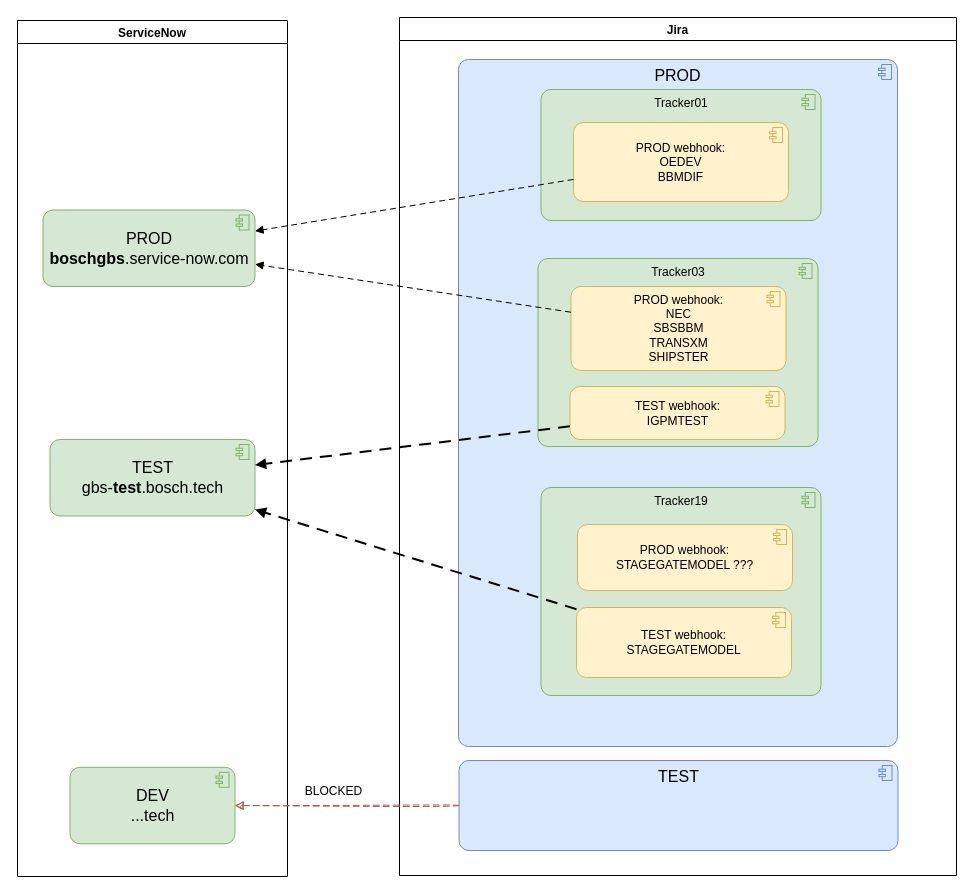
Earlier version of the draw.io diagram page "PRODWebHooks" (5 of 19) of Bosch.drawio (algimas/tmp). Source tidied: cells renumbered, new cells numbered last; positions are measured from the earlier drawing's top-left corner, leaving out a move shared by most shapes. Both pictures are drawn from the tidied source at 100%, with x=0, y=0 at pixel (17, 17).
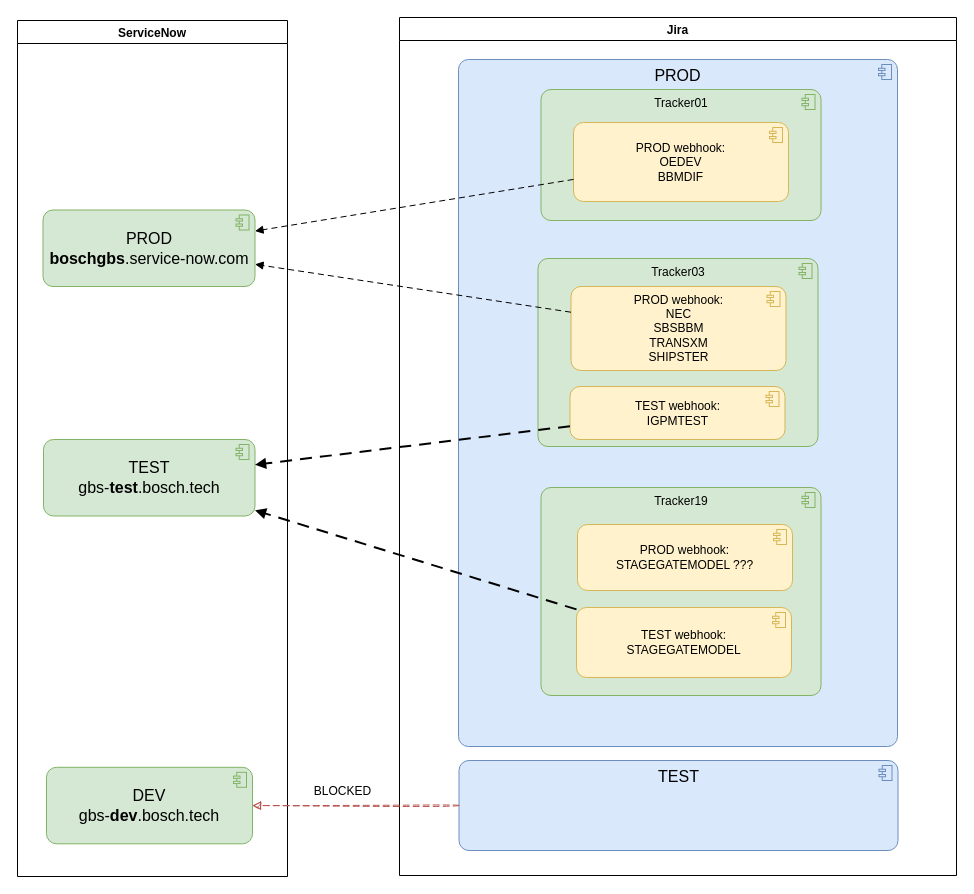
The same diagram, later.

Unchanged cells that the change refers to:
```xml
<mxCell id="2" value="ServiceNow" style="swimlane;" parent="1" vertex="1">
  <mxGeometry y="3" width="270" height="856" as="geometry" />
</mxCell>
```

The edit, as a diff of the source:
```diff
@@
     <mxCell id="4" value="TEST&lt;div&gt;gbs-&lt;b&gt;test&lt;/b&gt;.bosch.tech&lt;/div&gt;" style="html=1;outlineConnect=0;whiteSpace=wrap;fillColor=#d5e8d4;shape=mxgraph.archimate3.application;appType=comp;archiType=rounded;strokeColor=#82b366;verticalAlign=middle;fontStyle=0;fontSize=16;" parent="2" vertex="1">
-      <mxGeometry x="32.5" y="419" width="205" height="76.5" as="geometry" />
+      <mxGeometry x="26" y="419" width="211.5" height="76.5" as="geometry" />
     </mxCell>
-    <mxCell id="5" value="DEV&lt;div&gt;...tech&lt;/div&gt;" style="html=1;outlineConnect=0;whiteSpace=wrap;fillColor=#d5e8d4;shape=mxgraph.archimate3.application;appType=comp;archiType=rounded;strokeColor=#82b366;verticalAlign=middle;fontStyle=0;fontSize=16;" parent="2" vertex="1">
-      <mxGeometry x="52.5" y="746.8" width="165" height="76.5" as="geometry" />
+    <mxCell id="5" value="DEV&lt;div&gt;gbs-&lt;b&gt;dev&lt;/b&gt;.bosch.tech&lt;/div&gt;" style="html=1;outlineConnect=0;whiteSpace=wrap;fillColor=#d5e8d4;shape=mxgraph.archimate3.application;appType=comp;archiType=rounded;strokeColor=#82b366;verticalAlign=middle;fontStyle=0;fontSize=16;" parent="2" vertex="1">
+      <mxGeometry x="29" y="746.8" width="206" height="76.5" as="geometry" />
     </mxCell>
```
